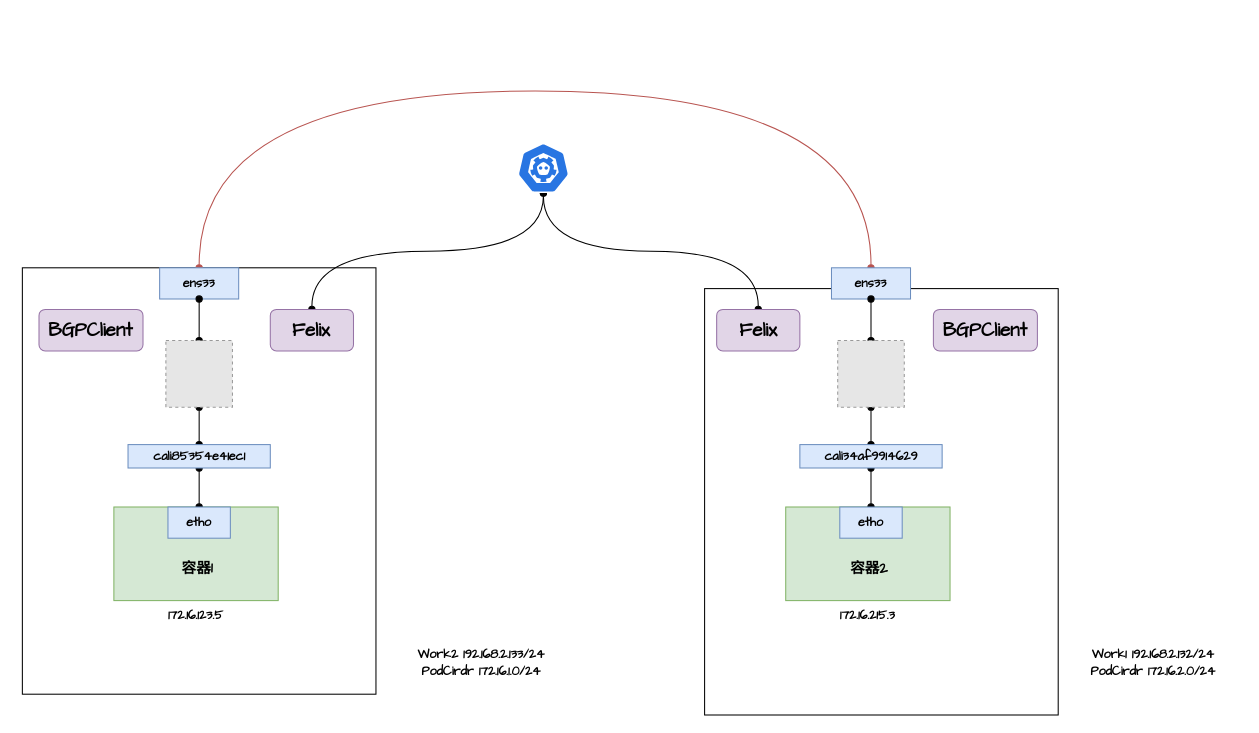
Above: calico.drawio in XiaoWeiKIN/k8s (draw.io), before the change. Source tidied: cells renumbered, new cells numbered last; positions are measured from the earlier drawing's top-left corner, leaving out a move shared by most shapes. Both pictures are drawn from the tidied source at 104%, with x=0, y=0 at pixel (22, 90). Pictures stored in the file or linked from it are replaced by grey dashed boxes.
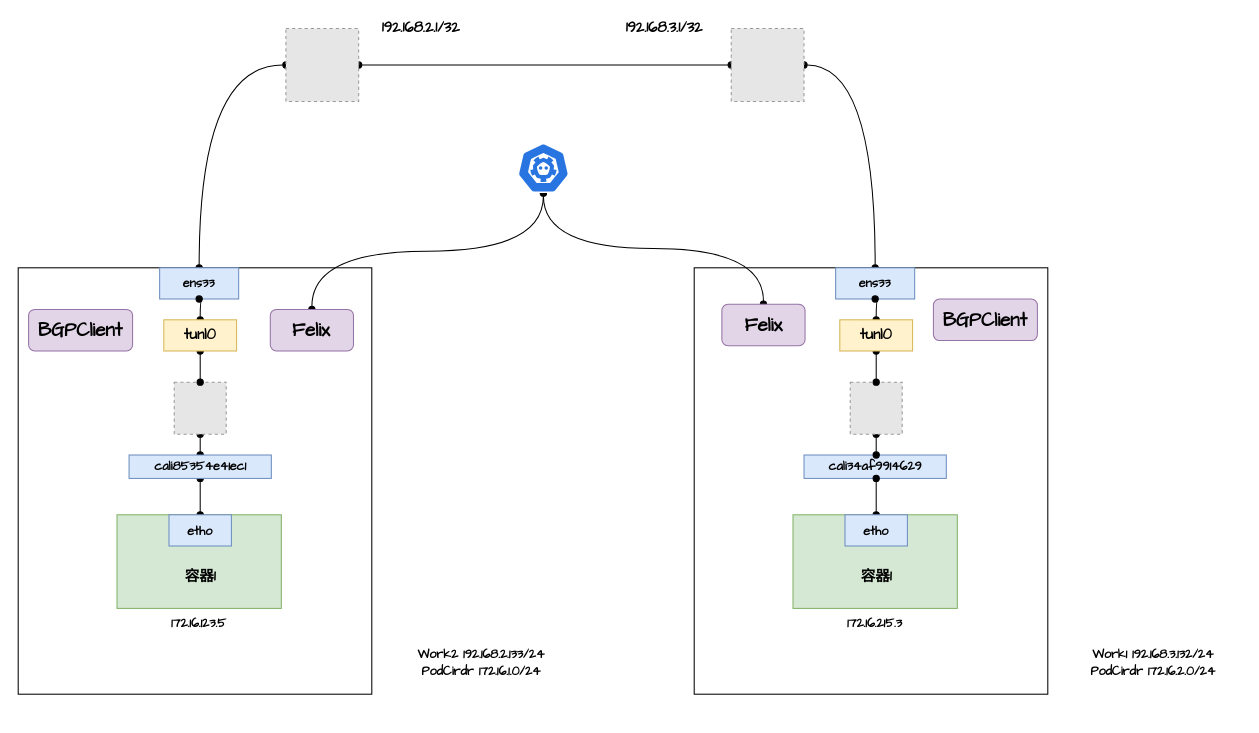
The same diagram, later.

Unchanged cells that the change refers to:
```xml
<mxCell id="8" value="&lt;b&gt;&lt;font face=&quot;Comic Sans MS&quot;&gt;ens33&lt;/font&gt;&lt;/b&gt;" style="rounded=0;whiteSpace=wrap;html=1;fillColor=#dae8fc;strokeColor=#6c8ebf;direction=south;" parent="1" vertex="1">
  <mxGeometry x="132" y="170" width="76" height="30" as="geometry" />
</mxCell>
```

The edit, as a diff of the source:
```diff
@@
+    <mxCell id="32" style="rounded=0;whiteSpace=wrap;html=1;strokeColor=#000000;strokeWidth=1;" parent="1" vertex="1">
+      <mxGeometry x="646" y="170" width="340" height="410" as="geometry" />
+    </mxCell>
     <mxCell id="2" style="rounded=0;whiteSpace=wrap;html=1;strokeColor=#000000;strokeWidth=1;" parent="1" vertex="1">
-      <mxGeometry y="170" width="340" height="410" as="geometry" />
+      <mxGeometry x="-4" y="170" width="340" height="410" as="geometry" />
     </mxCell>
-    <mxCell id="3" value="&lt;font face=&quot;Comic Sans MS&quot;&gt;&lt;b&gt;Work2 192.168.2.133/24&lt;/b&gt;&lt;br&gt;&lt;b&gt;PodCirdr 172.16.1.0/24&lt;/b&gt;&lt;br&gt;&lt;/font&gt;" style="text;html=1;align=center;verticalAlign=middle;fillColor=none;strokeColor=none;rounded=0;" parent="1" vertex="1">
+    <mxCell id="3" value="&lt;font face=&quot;Comic Sans MS&quot;&gt;&lt;b&gt;Work2&amp;nbsp;&lt;/b&gt;&lt;/font&gt;&lt;b style=&quot;font-family: &amp;#34;comic sans ms&amp;#34;&quot;&gt;192.168.2.133&lt;/b&gt;&lt;font face=&quot;Comic Sans MS&quot;&gt;&lt;b&gt;/24&lt;/b&gt;&lt;br&gt;&lt;b&gt;PodCirdr 172.16.1.0/24&lt;/b&gt;&lt;br&gt;&lt;/font&gt;" style="text;html=1;align=center;verticalAlign=middle;fillColor=none;strokeColor=none;rounded=0;" parent="1" vertex="1">
       <mxGeometry x="356" y="530" width="170" height="40" as="geometry" />
     </mxCell>
     <mxCell id="4" value="&lt;div&gt;&lt;b style=&quot;font-family: &amp;#34;comic sans ms&amp;#34;&quot;&gt;172.16.123.5&lt;/b&gt;&lt;/div&gt;" style="rounded=0;whiteSpace=wrap;html=1;fillColor=#d5e8d4;strokeColor=#82b366;align=center;labelPosition=center;verticalLabelPosition=bottom;verticalAlign=top;" parent="1" vertex="1">
-      <mxGeometry x="88" y="400" width="158" height="90" as="geometry" />
+      <mxGeometry x="91" y="407.5" width="158" height="90" as="geometry" />
     </mxCell>
@@
     <mxCell id="6" value="&lt;b&gt;&lt;font face=&quot;Comic Sans MS&quot;&gt;etho&lt;/font&gt;&lt;/b&gt;" style="rounded=0;whiteSpace=wrap;html=1;fillColor=#dae8fc;strokeColor=#6c8ebf;direction=south;" parent="1" vertex="1">
-      <mxGeometry x="140" y="400" width="60" height="30" as="geometry" />
+      <mxGeometry x="141" y="407.5" width="60" height="30" as="geometry" />
     </mxCell>
-    <mxCell id="7" style="edgeStyle=orthogonalEdgeStyle;rounded=0;jettySize=auto;html=1;exitX=0;exitY=0.5;exitDx=0;exitDy=0;entryX=0;entryY=0.5;entryDx=0;entryDy=0;startArrow=oval;startFill=1;endArrow=oval;endFill=1;curved=1;shadow=0;sketch=0;fillColor=#f8cecc;strokeColor=#b85450;" parent="1" edge="1" source="8" target="19">
-      <mxGeometry relative="1" as="geometry">
-        <Array as="points">
-          <mxPoint x="170" />
-          <mxPoint x="816" />
-        </Array>
-      </mxGeometry>
-    </mxCell>
+    <mxCell id="33" style="edgeStyle=orthogonalEdgeStyle;curved=1;rounded=0;sketch=0;jettySize=auto;html=1;exitX=0;exitY=0.5;exitDx=0;exitDy=0;entryX=0;entryY=0.5;entryDx=0;entryDy=0;shadow=0;startArrow=oval;startFill=1;endArrow=oval;endFill=1;" parent="1" edge="1" source="8" target="47">
+      <mxGeometry relative="1" as="geometry" />
+    </mxCell>
@@
     <mxCell id="10" value="&lt;font face=&quot;comic sans ms&quot; style=&quot;font-size: 12px&quot;&gt;&lt;b&gt;cali85354e41ec1&lt;/b&gt;&lt;/font&gt;" style="rounded=0;whiteSpace=wrap;html=1;fillColor=#dae8fc;strokeColor=#6c8ebf;direction=south;" parent="1" vertex="1">
-      <mxGeometry x="101.6" y="340" width="136.8" height="22.5" as="geometry" />
+      <mxGeometry x="102.6" y="350" width="136.8" height="22.5" as="geometry" />
     </mxCell>
-    <mxCell id="11" style="edgeStyle=none;rounded=0;jettySize=auto;html=1;exitX=0.5;exitY=0;exitDx=0;exitDy=0;entryX=1;entryY=0.5;entryDx=0;entryDy=0;startArrow=oval;startFill=1;endArrow=oval;endFill=1;" parent="1" edge="1" source="12" target="8">
-      <mxGeometry relative="1" as="geometry" />
-    </mxCell>
     <mxCell id="12" style="fillColor=#E6E6E6;strokeColor=#999999;dashed=1;verticalLabelPosition=bottom;verticalAlign=top;" parent="1" vertex="1">
-      <mxGeometry x="138" y="240" width="64" height="64" as="geometry" />
+      <mxGeometry x="146" y="280" width="50" height="50" as="geometry" />
     </mxCell>
     <mxCell id="13" value="&lt;font face=&quot;Comic Sans MS&quot;&gt;&lt;span style=&quot;font-size: 14px&quot;&gt;&lt;b&gt;容器1&lt;/b&gt;&lt;/span&gt;&lt;/font&gt;" style="text;html=1;align=center;verticalAlign=middle;fillColor=none;strokeColor=none;rounded=0;" parent="1" vertex="1">
-      <mxGeometry x="143" y="450" width="50" height="20" as="geometry" />
+      <mxGeometry x="146" y="457.5" width="50" height="20" as="geometry" />
     </mxCell>
-    <mxCell id="14" style="rounded=0;whiteSpace=wrap;html=1;strokeColor=#000000;strokeWidth=1;" parent="1" vertex="1">
-      <mxGeometry x="656" y="190" width="340" height="410" as="geometry" />
-    </mxCell>
-    <mxCell id="15" value="&lt;font face=&quot;Comic Sans MS&quot;&gt;&lt;b&gt;Work1 192.168.2.132/24&lt;/b&gt;&lt;br&gt;&lt;b&gt;PodCirdr 172.16.2.0/24&lt;/b&gt;&lt;br&gt;&lt;/font&gt;" style="text;html=1;align=center;verticalAlign=middle;fillColor=none;strokeColor=none;rounded=0;" parent="1" vertex="1">
+    <mxCell id="15" value="&lt;font face=&quot;Comic Sans MS&quot;&gt;&lt;b&gt;Work1 192.168.3.132/24&lt;/b&gt;&lt;br&gt;&lt;b&gt;PodCirdr 172.16.2.0/24&lt;/b&gt;&lt;br&gt;&lt;/font&gt;" style="text;html=1;align=center;verticalAlign=middle;fillColor=none;strokeColor=none;rounded=0;" parent="1" vertex="1">
       <mxGeometry x="1002" y="530" width="170" height="40" as="geometry" />
     </mxCell>
-    <mxCell id="16" value="&lt;div&gt;&lt;b style=&quot;font-family: &amp;#34;comic sans ms&amp;#34;&quot;&gt;172.16.215.3&lt;/b&gt;&lt;/div&gt;" style="rounded=0;whiteSpace=wrap;html=1;fillColor=#d5e8d4;strokeColor=#82b366;align=center;labelPosition=center;verticalLabelPosition=bottom;verticalAlign=top;" parent="1" vertex="1">
-      <mxGeometry x="734" y="400" width="158" height="90" as="geometry" />
-    </mxCell>
-    <mxCell id="17" style="edgeStyle=none;rounded=0;jettySize=auto;html=1;exitX=0;exitY=0.5;exitDx=0;exitDy=0;entryX=1;entryY=0.5;entryDx=0;entryDy=0;startArrow=oval;startFill=1;endArrow=oval;endFill=1;" parent="1" edge="1" source="18" target="21">
-      <mxGeometry relative="1" as="geometry" />
-    </mxCell>
-    <mxCell id="18" value="&lt;b&gt;&lt;font face=&quot;Comic Sans MS&quot;&gt;etho&lt;/font&gt;&lt;/b&gt;" style="rounded=0;whiteSpace=wrap;html=1;fillColor=#dae8fc;strokeColor=#6c8ebf;direction=south;" parent="1" vertex="1">
-      <mxGeometry x="786" y="400" width="60" height="30" as="geometry" />
-    </mxCell>
-    <mxCell id="19" value="&lt;b&gt;&lt;font face=&quot;Comic Sans MS&quot;&gt;ens33&lt;/font&gt;&lt;/b&gt;" style="rounded=0;whiteSpace=wrap;html=1;fillColor=#dae8fc;strokeColor=#6c8ebf;direction=south;" parent="1" vertex="1">
-      <mxGeometry x="778" y="170" width="76" height="30" as="geometry" />
-    </mxCell>
-    <mxCell id="20" style="edgeStyle=none;rounded=0;jettySize=auto;html=1;exitX=0;exitY=0.5;exitDx=0;exitDy=0;entryX=0.5;entryY=1;entryDx=0;entryDy=0;startArrow=oval;startFill=1;endArrow=oval;endFill=1;" parent="1" edge="1" source="21" target="23">
-      <mxGeometry relative="1" as="geometry" />
-    </mxCell>
-    <mxCell id="21" value="&lt;font face=&quot;comic sans ms&quot;&gt;&lt;b&gt;cali34af9914629&lt;/b&gt;&lt;/font&gt;" style="rounded=0;whiteSpace=wrap;html=1;fillColor=#dae8fc;strokeColor=#6c8ebf;direction=south;" parent="1" vertex="1">
-      <mxGeometry x="747.6" y="340" width="136.8" height="22.5" as="geometry" />
-    </mxCell>
-    <mxCell id="22" style="edgeStyle=none;rounded=0;jettySize=auto;html=1;exitX=0.5;exitY=0;exitDx=0;exitDy=0;entryX=1;entryY=0.5;entryDx=0;entryDy=0;startArrow=oval;startFill=1;endArrow=oval;endFill=1;" parent="1" edge="1" source="23" target="19">
-      <mxGeometry relative="1" as="geometry" />
-    </mxCell>
-    <mxCell id="23" style="fillColor=#E6E6E6;strokeColor=#999999;dashed=1;verticalLabelPosition=bottom;verticalAlign=top;" parent="1" vertex="1">
-      <mxGeometry x="784" y="240" width="64" height="64" as="geometry" />
-    </mxCell>
-    <mxCell id="24" value="&lt;font face=&quot;Comic Sans MS&quot; style=&quot;font-size: 14px&quot;&gt;&lt;b&gt;容器2&lt;/b&gt;&lt;/font&gt;" style="text;html=1;align=center;verticalAlign=middle;fillColor=none;strokeColor=none;rounded=0;" parent="1" vertex="1">
-      <mxGeometry x="789" y="450" width="50" height="20" as="geometry" />
-    </mxCell>
-    <mxCell id="25" style="edgeStyle=orthogonalEdgeStyle;curved=1;rounded=0;jettySize=auto;html=1;exitX=0.5;exitY=0;exitDx=0;exitDy=0;entryX=0.5;entryY=1;entryDx=0;entryDy=0;entryPerimeter=0;startArrow=oval;startFill=1;endArrow=oval;endFill=1;" parent="1" edge="1" source="26" target="31">
-      <mxGeometry relative="1" as="geometry" />
-    </mxCell>
-    <mxCell id="26" value="&lt;font face=&quot;Comic Sans MS&quot; style=&quot;font-size: 18px&quot;&gt;&lt;b&gt;Felix&lt;/b&gt;&lt;/font&gt;" style="rounded=1;whiteSpace=wrap;html=1;fillColor=#e1d5e7;strokeColor=#9673a6;" parent="1" vertex="1">
-      <mxGeometry x="667.6" y="210" width="80" height="40" as="geometry" />
-    </mxCell>
     <mxCell id="27" value="&lt;font face=&quot;Comic Sans MS&quot; style=&quot;font-size: 18px&quot;&gt;&lt;b&gt;BGPClient&lt;/b&gt;&lt;/font&gt;" style="rounded=1;whiteSpace=wrap;html=1;fillColor=#e1d5e7;strokeColor=#9673a6;" parent="1" vertex="1">
-      <mxGeometry x="16" y="210" width="100" height="40" as="geometry" />
+      <mxGeometry x="6" y="210" width="100" height="40" as="geometry" />
     </mxCell>
@@
+    <mxCell id="34" style="edgeStyle=orthogonalEdgeStyle;curved=1;rounded=0;sketch=0;jettySize=auto;html=1;exitX=0.5;exitY=1;exitDx=0;exitDy=0;exitPerimeter=0;entryX=0.5;entryY=0;entryDx=0;entryDy=0;shadow=0;startArrow=oval;startFill=1;endArrow=oval;endFill=1;" parent="1" edge="1" source="31" target="26">
+      <mxGeometry relative="1" as="geometry" />
+    </mxCell>
+    <mxCell id="31" style="html=1;dashed=0;whitespace=wrap;fillColor=#2875E2;strokeColor=#ffffff;points=[[0.005,0.63,0],[0.1,0.2,0],[0.9,0.2,0],[0.5,0,0],[0.995,0.63,0],[0.72,0.99,0],[0.5,1,0],[0.28,0.99,0]];shape=mxgraph.kubernetes.icon;prIcon=etcd;rounded=1;" parent="1" vertex="1">
+      <mxGeometry x="476" y="50" width="50" height="48" as="geometry" />
+    </mxCell>
+    <mxCell id="35" style="edgeStyle=orthogonalEdgeStyle;curved=1;rounded=0;sketch=0;jettySize=auto;html=1;entryX=0.5;entryY=0;entryDx=0;entryDy=0;shadow=0;startArrow=oval;startFill=1;endArrow=oval;endFill=1;" parent="1" edge="1" source="37" target="12">
+      <mxGeometry relative="1" as="geometry" />
+    </mxCell>
+    <mxCell id="36" style="edgeStyle=orthogonalEdgeStyle;curved=1;rounded=0;sketch=0;jettySize=auto;html=1;exitX=0.5;exitY=0;exitDx=0;exitDy=0;shadow=0;startArrow=oval;startFill=1;endArrow=oval;endFill=1;" parent="1" edge="1" source="37" target="8">
+      <mxGeometry relative="1" as="geometry" />
+    </mxCell>
+    <mxCell id="37" value="&lt;font face=&quot;Comic Sans MS&quot; style=&quot;font-size: 14px&quot;&gt;&lt;b&gt;tunl0&lt;/b&gt;&lt;/font&gt;" style="rounded=0;whiteSpace=wrap;html=1;fillColor=#fff2cc;strokeColor=#d6b656;" parent="1" vertex="1">
+      <mxGeometry x="136" y="220" width="70" height="30" as="geometry" />
+    </mxCell>
+    <mxCell id="21" value="&lt;font face=&quot;comic sans ms&quot;&gt;&lt;b&gt;cali34af9914629&lt;/b&gt;&lt;/font&gt;" style="rounded=0;whiteSpace=wrap;html=1;fillColor=#dae8fc;strokeColor=#6c8ebf;direction=south;" parent="1" vertex="1">
+      <mxGeometry x="751.6" y="350" width="136.8" height="22.5" as="geometry" />
+    </mxCell>
+    <mxCell id="16" value="&lt;div&gt;&lt;b style=&quot;font-family: &amp;#34;comic sans ms&amp;#34;&quot;&gt;172.16.215.3&lt;/b&gt;&lt;/div&gt;" style="rounded=0;whiteSpace=wrap;html=1;fillColor=#d5e8d4;strokeColor=#82b366;align=center;labelPosition=center;verticalLabelPosition=bottom;verticalAlign=top;" parent="1" vertex="1">
+      <mxGeometry x="741" y="407.5" width="158" height="90" as="geometry" />
+    </mxCell>
+    <mxCell id="38" style="edgeStyle=none;rounded=0;jettySize=auto;html=1;exitX=0;exitY=0.5;exitDx=0;exitDy=0;entryX=1;entryY=0.5;entryDx=0;entryDy=0;startArrow=oval;startFill=1;endArrow=oval;endFill=1;" parent="1" edge="1" source="18">
+      <mxGeometry relative="1" as="geometry">
+        <mxPoint x="821" y="372.5" as="targetPoint" />
+      </mxGeometry>
+    </mxCell>
+    <mxCell id="18" value="&lt;b&gt;&lt;font face=&quot;Comic Sans MS&quot;&gt;etho&lt;/font&gt;&lt;/b&gt;" style="rounded=0;whiteSpace=wrap;html=1;fillColor=#dae8fc;strokeColor=#6c8ebf;direction=south;" parent="1" vertex="1">
+      <mxGeometry x="791" y="407.5" width="60" height="30" as="geometry" />
+    </mxCell>
+    <mxCell id="39" style="edgeStyle=orthogonalEdgeStyle;curved=1;rounded=0;sketch=0;jettySize=auto;html=1;exitX=0;exitY=0.5;exitDx=0;exitDy=0;entryX=1;entryY=0.5;entryDx=0;entryDy=0;shadow=0;startArrow=oval;startFill=1;endArrow=oval;endFill=1;" parent="1" edge="1" source="19" target="48">
+      <mxGeometry relative="1" as="geometry" />
+    </mxCell>
+    <mxCell id="19" value="&lt;b&gt;&lt;font face=&quot;Comic Sans MS&quot;&gt;ens33&lt;/font&gt;&lt;/b&gt;" style="rounded=0;whiteSpace=wrap;html=1;fillColor=#dae8fc;strokeColor=#6c8ebf;direction=south;" parent="1" vertex="1">
+      <mxGeometry x="782" y="170" width="76" height="30" as="geometry" />
+    </mxCell>
+    <mxCell id="40" style="edgeStyle=none;rounded=0;jettySize=auto;html=1;exitX=0;exitY=0.5;exitDx=0;exitDy=0;entryX=0.5;entryY=1;entryDx=0;entryDy=0;startArrow=oval;startFill=1;endArrow=oval;endFill=1;" parent="1" edge="1" target="41">
+      <mxGeometry relative="1" as="geometry">
+        <mxPoint x="821" y="350" as="sourcePoint" />
+      </mxGeometry>
+    </mxCell>
+    <mxCell id="41" style="fillColor=#E6E6E6;strokeColor=#999999;dashed=1;verticalLabelPosition=bottom;verticalAlign=top;" parent="1" vertex="1">
+      <mxGeometry x="796" y="280" width="50" height="50" as="geometry" />
+    </mxCell>
+    <mxCell id="42" value="&lt;font face=&quot;Comic Sans MS&quot;&gt;&lt;span style=&quot;font-size: 14px&quot;&gt;&lt;b&gt;容器1&lt;/b&gt;&lt;/span&gt;&lt;/font&gt;" style="text;html=1;align=center;verticalAlign=middle;fillColor=none;strokeColor=none;rounded=0;" parent="1" vertex="1">
+      <mxGeometry x="796" y="457.5" width="50" height="20" as="geometry" />
+    </mxCell>
     <mxCell id="30" value="&lt;font face=&quot;Comic Sans MS&quot; style=&quot;font-size: 18px&quot;&gt;&lt;b&gt;BGPClient&lt;/b&gt;&lt;/font&gt;" style="rounded=1;whiteSpace=wrap;html=1;fillColor=#e1d5e7;strokeColor=#9673a6;" parent="1" vertex="1">
-      <mxGeometry x="876" y="210" width="100" height="40" as="geometry" />
+      <mxGeometry x="876" y="200" width="100" height="40" as="geometry" />
     </mxCell>
-    <mxCell id="31" style="html=1;dashed=0;whitespace=wrap;fillColor=#2875E2;strokeColor=#ffffff;points=[[0.005,0.63,0],[0.1,0.2,0],[0.9,0.2,0],[0.5,0,0],[0.995,0.63,0],[0.72,0.99,0],[0.5,1,0],[0.28,0.99,0]];shape=mxgraph.kubernetes.icon;prIcon=etcd;rounded=1;" parent="1" vertex="1">
-      <mxGeometry x="476" y="50" width="50" height="48" as="geometry" />
-    </mxCell>
+    <mxCell id="26" value="&lt;font face=&quot;Comic Sans MS&quot; style=&quot;font-size: 18px&quot;&gt;&lt;b&gt;Felix&lt;/b&gt;&lt;/font&gt;" style="rounded=1;whiteSpace=wrap;html=1;fillColor=#e1d5e7;strokeColor=#9673a6;" parent="1" vertex="1">
+      <mxGeometry x="672.6" y="205" width="80" height="40" as="geometry" />
+    </mxCell>
+    <mxCell id="43" style="edgeStyle=orthogonalEdgeStyle;curved=1;rounded=0;sketch=0;jettySize=auto;html=1;entryX=0.5;entryY=0;entryDx=0;entryDy=0;shadow=0;startArrow=oval;startFill=1;endArrow=oval;endFill=1;" parent="1" edge="1" source="45" target="41">
+      <mxGeometry relative="1" as="geometry" />
+    </mxCell>
+    <mxCell id="44" style="edgeStyle=orthogonalEdgeStyle;curved=1;rounded=0;sketch=0;jettySize=auto;html=1;exitX=0.5;exitY=0;exitDx=0;exitDy=0;shadow=0;startArrow=oval;startFill=1;endArrow=oval;endFill=1;" parent="1" edge="1" source="45" target="19">
+      <mxGeometry relative="1" as="geometry" />
+    </mxCell>
+    <mxCell id="45" value="&lt;font face=&quot;Comic Sans MS&quot; style=&quot;font-size: 14px&quot;&gt;&lt;b&gt;tunl0&lt;/b&gt;&lt;/font&gt;" style="rounded=0;whiteSpace=wrap;html=1;fillColor=#fff2cc;strokeColor=#d6b656;" parent="1" vertex="1">
+      <mxGeometry x="786" y="220" width="70" height="30" as="geometry" />
+    </mxCell>
+    <mxCell id="46" style="edgeStyle=orthogonalEdgeStyle;curved=1;rounded=0;sketch=0;jettySize=auto;html=1;exitX=1;exitY=0.5;exitDx=0;exitDy=0;entryX=0;entryY=0.5;entryDx=0;entryDy=0;shadow=0;startArrow=oval;startFill=1;endArrow=oval;endFill=1;" parent="1" edge="1" source="47" target="48">
+      <mxGeometry relative="1" as="geometry" />
+    </mxCell>
+    <mxCell id="47" style="fillColor=#E6E6E6;strokeColor=#999999;dashed=1;verticalLabelPosition=bottom;verticalAlign=top;" parent="1" vertex="1">
+      <mxGeometry x="253.4" y="-60" width="70" height="70" as="geometry" />
+    </mxCell>
+    <mxCell id="48" style="fillColor=#E6E6E6;strokeColor=#999999;dashed=1;verticalLabelPosition=bottom;verticalAlign=top;" parent="1" vertex="1">
+      <mxGeometry x="681.6" y="-60" width="70" height="70" as="geometry" />
+    </mxCell>
+    <mxCell id="49" value="&lt;font face=&quot;Comic Sans MS&quot; style=&quot;font-size: 14px&quot;&gt;&lt;b&gt;192.168.2.1/32&lt;/b&gt;&lt;/font&gt;" style="text;html=1;align=center;verticalAlign=middle;fillColor=none;strokeColor=none;rounded=0;" parent="1" vertex="1">
+      <mxGeometry x="318.4" y="-70" width="130" height="20" as="geometry" />
+    </mxCell>
+    <mxCell id="50" value="&lt;font face=&quot;Comic Sans MS&quot; style=&quot;font-size: 14px&quot;&gt;&lt;b&gt;192.168.3.1/32&lt;/b&gt;&lt;/font&gt;" style="text;html=1;align=center;verticalAlign=middle;fillColor=none;strokeColor=none;rounded=0;" parent="1" vertex="1">
+      <mxGeometry x="551.6" y="-70" width="130" height="20" as="geometry" />
+    </mxCell>
```
